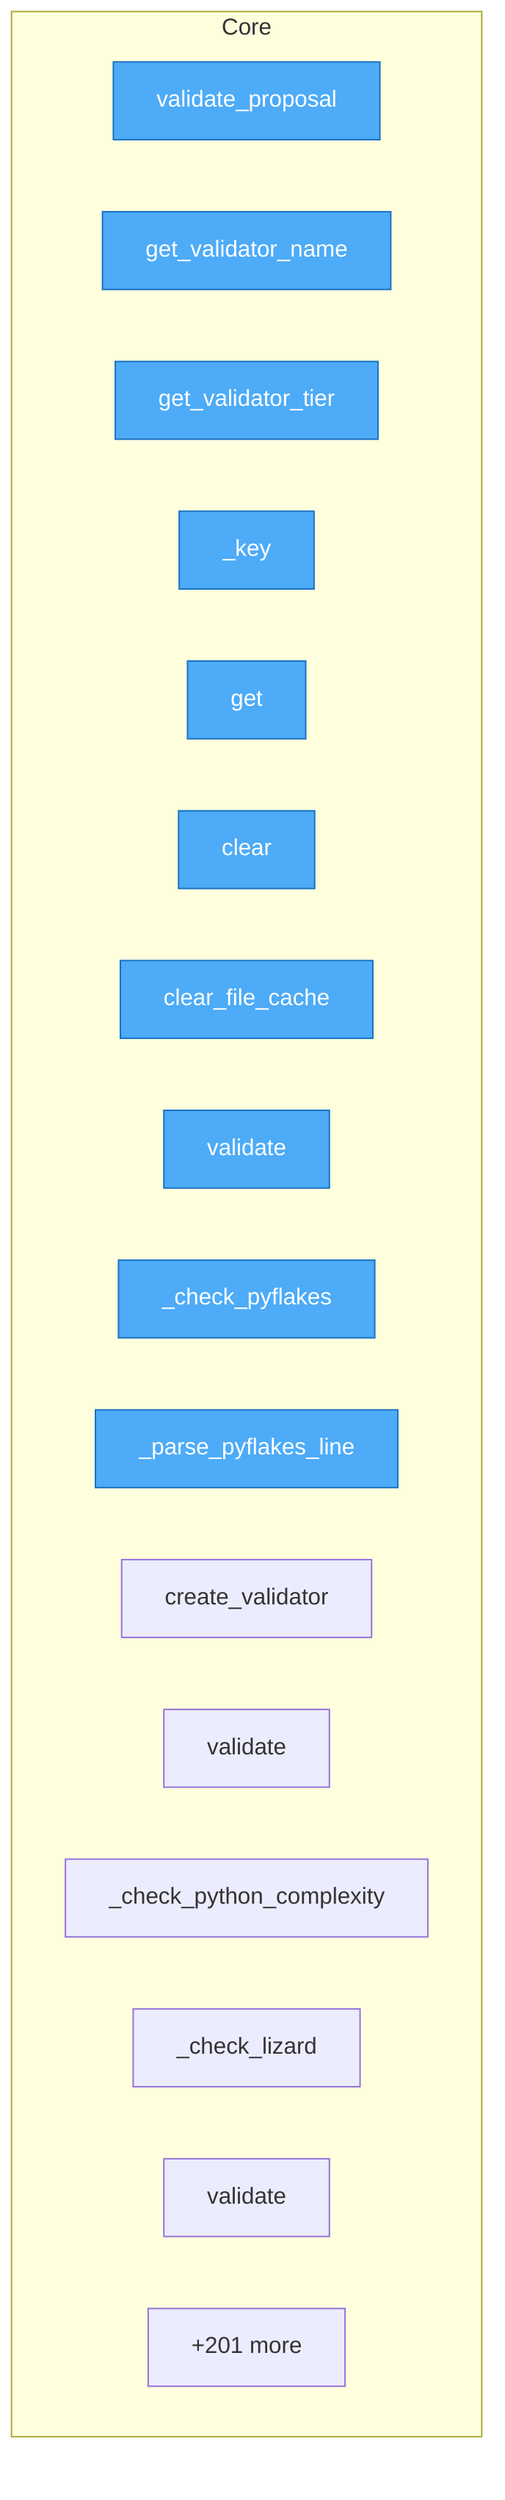
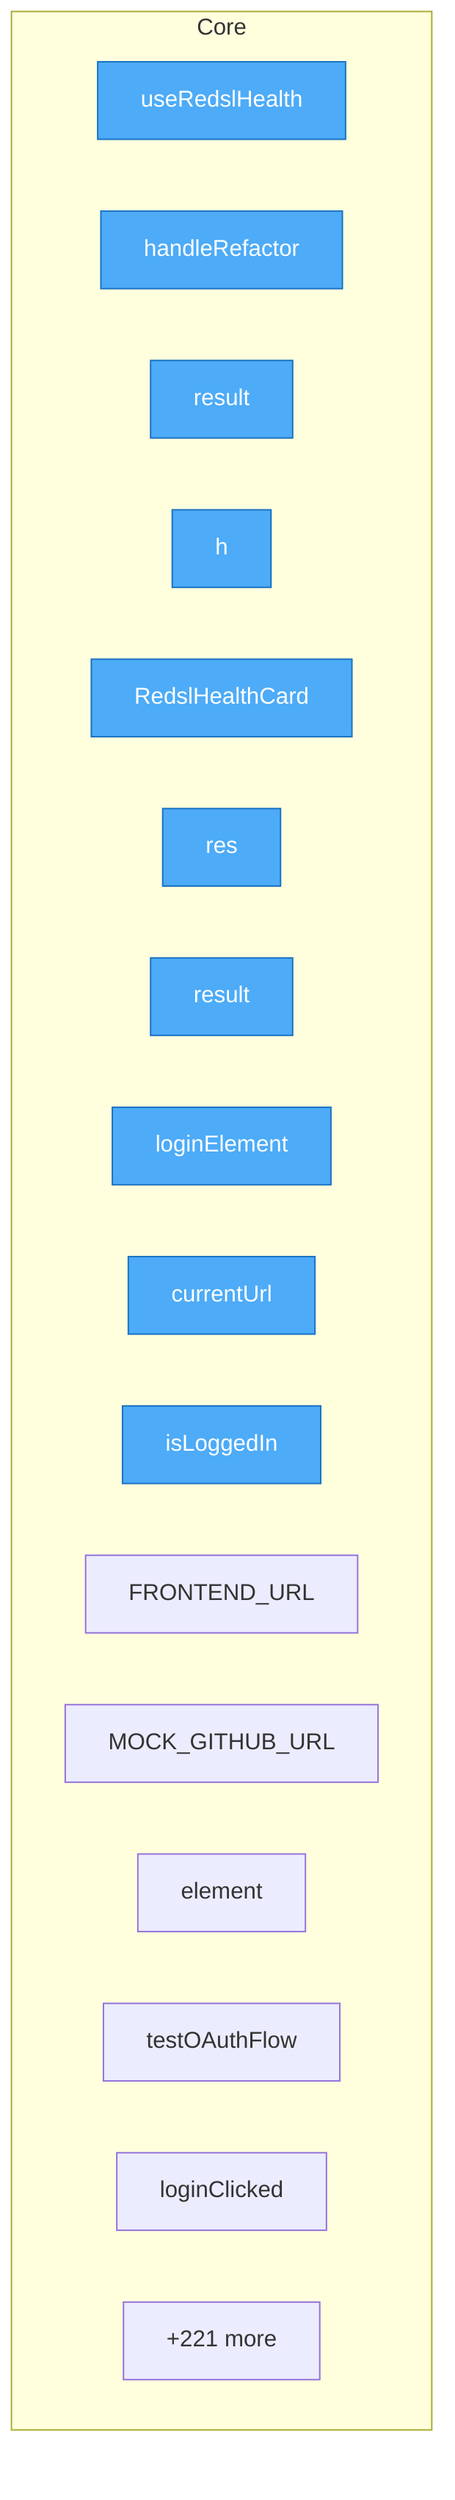
flowchart TD
+ %% generated in 0.03s

    %% Entry points (blue)
    classDef entry fill:#4dabf7,stroke:#1971c2,color:#fff

    subgraph Core
-         src__vallm__hookspecs__VallmSpec__validate_proposal["validate_proposal"]
-         src__vallm__hookspecs__VallmSpec__get_validator_name["get_validator_name"]
-         src__vallm__hookspecs__VallmSpec__get_validator_tier["get_validator_tier"]
-         src__vallm__validators__file_cache__FileValidationCache___key["_key"]
-         src__vallm__validators__file_cache__FileValidationCache__get["get"]
-         src__vallm__validators__file_cache__FileValidationCache__clear["clear"]
-         src__vallm__validators__file_cache__clear_file_cache["clear_file_cache"]
-         src__vallm__validators__logical__LogicalErrorValidator__validate["validate"]
-         src__vallm__validators__logical__LogicalErrorValidator___check_pyflakes["_check_pyflakes"]
-         src__vallm__validators__logical__LogicalErrorValidator___parse_pyflakes_line["_parse_pyflakes_line"]
-         src__vallm__validators__logical__create_validator["create_validator"]
-         src__vallm__validators__complexity__ComplexityValidator__validate["validate"]
-         src__vallm__validators__complexity__ComplexityValidator___check_python_complexity["_check_python_complexity"]
-         src__vallm__validators__complexity__ComplexityValidator___check_lizard["_check_lizard"]
-         src__vallm__validators__regression__RegressionValidator__validate["validate"]
-         ...["+201 more"]
+         frontend__src__hooks__useRedslHealth__useRedslHealth["useRedslHealth"]
+         frontend__src__hooks__useRedslHealth__handleRefactor["handleRefactor"]
+         frontend__src__hooks__useRedslHealth__result["result"]
+         frontend__src__hooks__useRedslHealth__h["h"]
+         frontend__src__components__RedslHealthCard__RedslHealthCard["RedslHealthCard"]
+         frontend__e2e__gui_login_enhanced__spec__res["res"]
+         frontend__e2e__gui_login_enhanced__spec__result["result"]
+         frontend__e2e__gui_login_enhanced__spec__loginElement["loginElement"]
+         frontend__e2e__gui_login_enhanced__spec__currentUrl["currentUrl"]
+         frontend__e2e__gui_login_enhanced__spec__isLoggedIn["isLoggedIn"]
+         frontend__e2e__loginTestHelpers__FRONTEND_URL["FRONTEND_URL"]
+         frontend__e2e__loginTestHelpers__MOCK_GITHUB_URL["MOCK_GITHUB_URL"]
+         frontend__e2e__loginTestHelpers__element["element"]
+         frontend__e2e__loginTestHelpers__testOAuthFlow["testOAuthFlow"]
+         frontend__e2e__loginTestHelpers__loginClicked["loginClicked"]
+         ...["+221 more"]
    end

-     class src__vallm__hookspecs__VallmSpec__validate_proposal,src__vallm__hookspecs__VallmSpec__get_validator_name,src__vallm__hookspecs__VallmSpec__get_validator_tier,src__vallm__validators__file_cache__FileValidationCache___key,src__vallm__validators__file_cache__FileValidationCache__get,src__vallm__validators__file_cache__FileValidationCache__clear,src__vallm__validators__file_cache__clear_file_cache,src__vallm__validators__logical__LogicalErrorValidator__validate,src__vallm__validators__logical__LogicalErrorValidator___check_pyflakes,src__vallm__validators__logical__LogicalErrorValidator___parse_pyflakes_line entry
+     class frontend__src__hooks__useRedslHealth__useRedslHealth,frontend__src__hooks__useRedslHealth__handleRefactor,frontend__src__hooks__useRedslHealth__result,frontend__src__hooks__useRedslHealth__h,frontend__src__components__RedslHealthCard__RedslHealthCard,frontend__e2e__gui_login_enhanced__spec__res,frontend__e2e__gui_login_enhanced__spec__result,frontend__e2e__gui_login_enhanced__spec__loginElement,frontend__e2e__gui_login_enhanced__spec__currentUrl,frontend__e2e__gui_login_enhanced__spec__isLoggedIn entry
